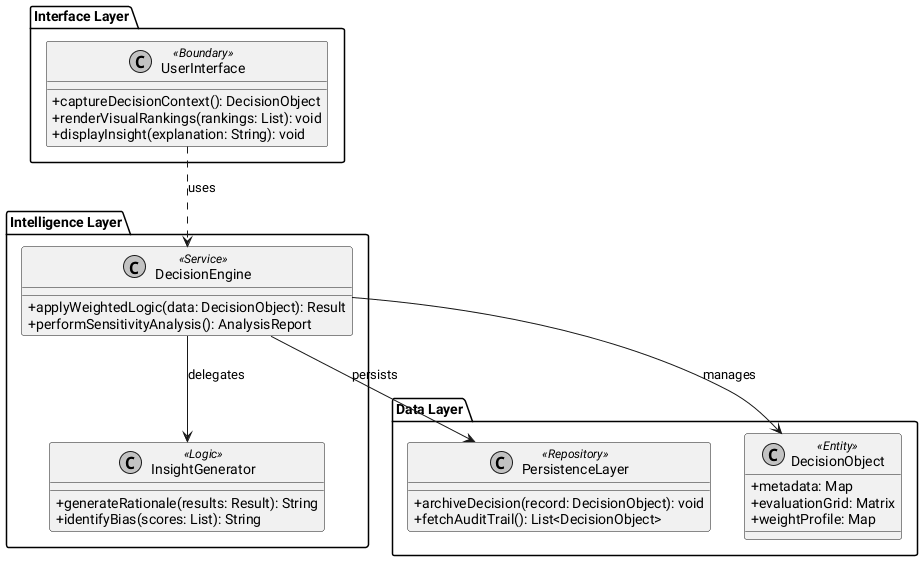
Before: diagrams/architecture.png, a diagram exported from PlantUML (jagathkiran/decision-companion). The source it was exported from:
```plantuml
@startuml
skinparam classAttributeIconSize 0
skinparam monochrome true
skinparam shadowing false

package "Interface Layer" {
    class UserInterface <<Boundary>> {
        +captureDecisionContext(): DecisionObject
        +renderVisualRankings(rankings: List): void
        +displayInsight(explanation: String): void
    }
}

package "Intelligence Layer" {
    class DecisionEngine <<Service>> {
        +applyWeightedLogic(data: DecisionObject): Result
        +performSensitivityAnalysis(): AnalysisReport
    }

    class InsightGenerator <<Logic>> {
        +generateRationale(results: Result): String
        +identifyBias(scores: List): String
    }
}

package "Data Layer" {
    class PersistenceLayer <<Repository>> {
        +archiveDecision(record: DecisionObject): void
        +fetchAuditTrail(): List<DecisionObject>
    }

    class DecisionObject <<Entity>> {
        +metadata: Map
        +evaluationGrid: Matrix
        +weightProfile: Map
    }
}

UserInterface ..> DecisionEngine : uses
DecisionEngine --> DecisionObject : manages
DecisionEngine --> InsightGenerator : delegates
DecisionEngine --> PersistenceLayer : persists

@enduml
```
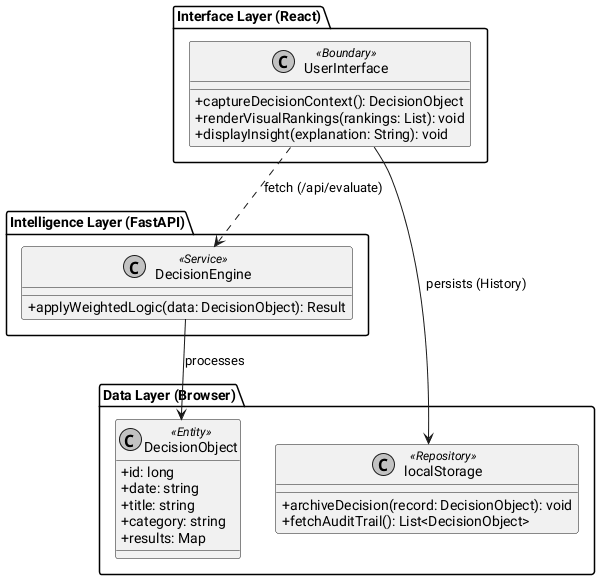
The same diagram one commit later.

The edit, as a diff of the source:
```diff
@@ -3,7 +3,7 @@
 skinparam monochrome true
 skinparam shadowing false
 
-package "Interface Layer" {
+package "Interface Layer (React)" {
     class UserInterface <<Boundary>> {
         +captureDecisionContext(): DecisionObject
         +renderVisualRankings(rankings: List): void
@@ -11,34 +11,29 @@
     }
 }
 
-package "Intelligence Layer" {
+package "Intelligence Layer (FastAPI)" {
     class DecisionEngine <<Service>> {
         +applyWeightedLogic(data: DecisionObject): Result
-        +performSensitivityAnalysis(): AnalysisReport
-    }
-
-    class InsightGenerator <<Logic>> {
-        +generateRationale(results: Result): String
-        +identifyBias(scores: List): String
     }
 }
 
-package "Data Layer" {
-    class PersistenceLayer <<Repository>> {
+package "Data Layer (Browser)" {
+    class localStorage <<Repository>> {
         +archiveDecision(record: DecisionObject): void
         +fetchAuditTrail(): List<DecisionObject>
     }
 
     class DecisionObject <<Entity>> {
-        +metadata: Map
-        +evaluationGrid: Matrix
-        +weightProfile: Map
+        +id: long
+        +date: string
+        +title: string
+        +category: string
+        +results: Map
     }
 }
 
-UserInterface ..> DecisionEngine : uses
-DecisionEngine --> DecisionObject : manages
-DecisionEngine --> InsightGenerator : delegates
-DecisionEngine --> PersistenceLayer : persists
+UserInterface ..> DecisionEngine : fetch (/api/evaluate)
+DecisionEngine --> DecisionObject : processes
+UserInterface --> localStorage : persists (History)
 
 @enduml
```
